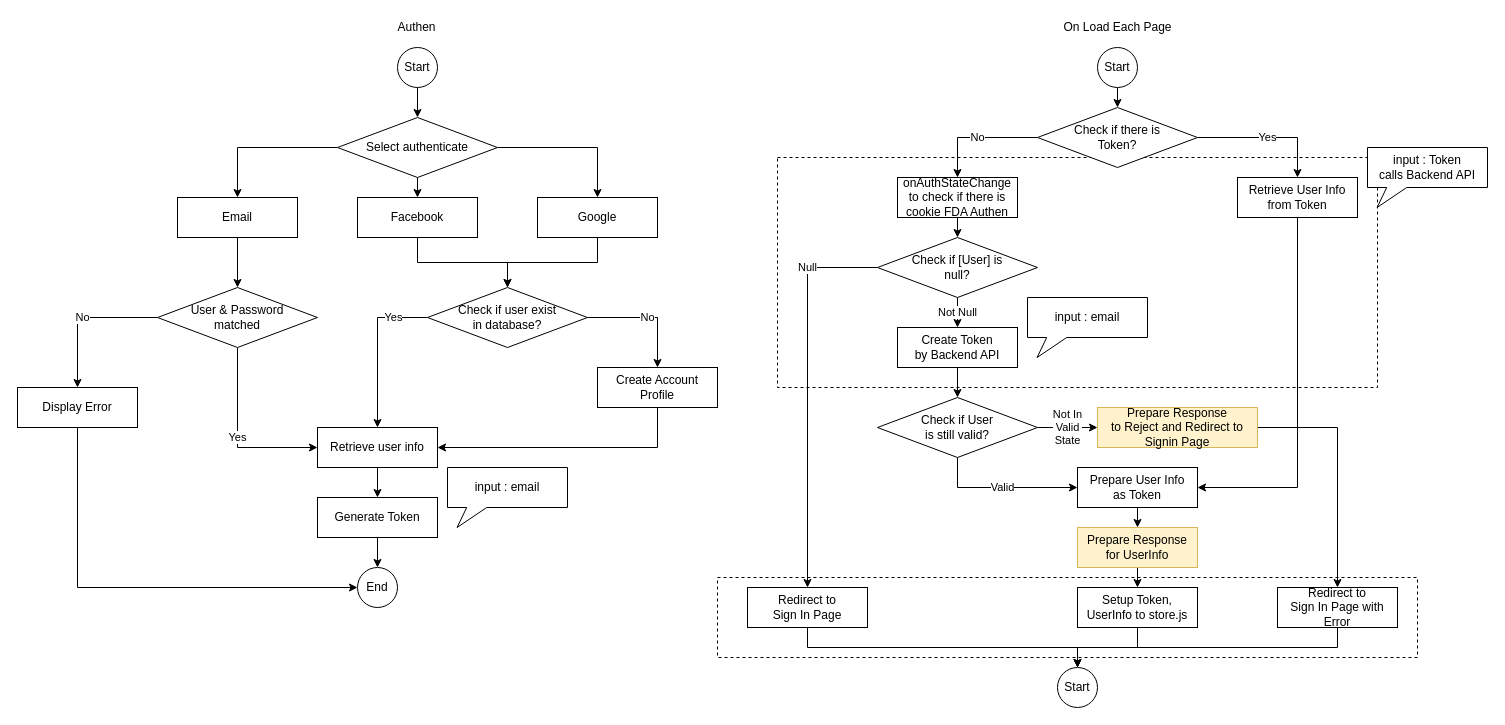
Above: page "Flow" (5 of 5) of Untitled Diagram.drawio in clazclaz/demo_git (draw.io), before the change. Source tidied: cells renumbered, new cells numbered last; positions are measured from the earlier drawing's top-left corner, leaving out a move shared by most shapes. Both pictures are drawn from the tidied source at 100%, with x=0, y=0 at pixel (17, 17).
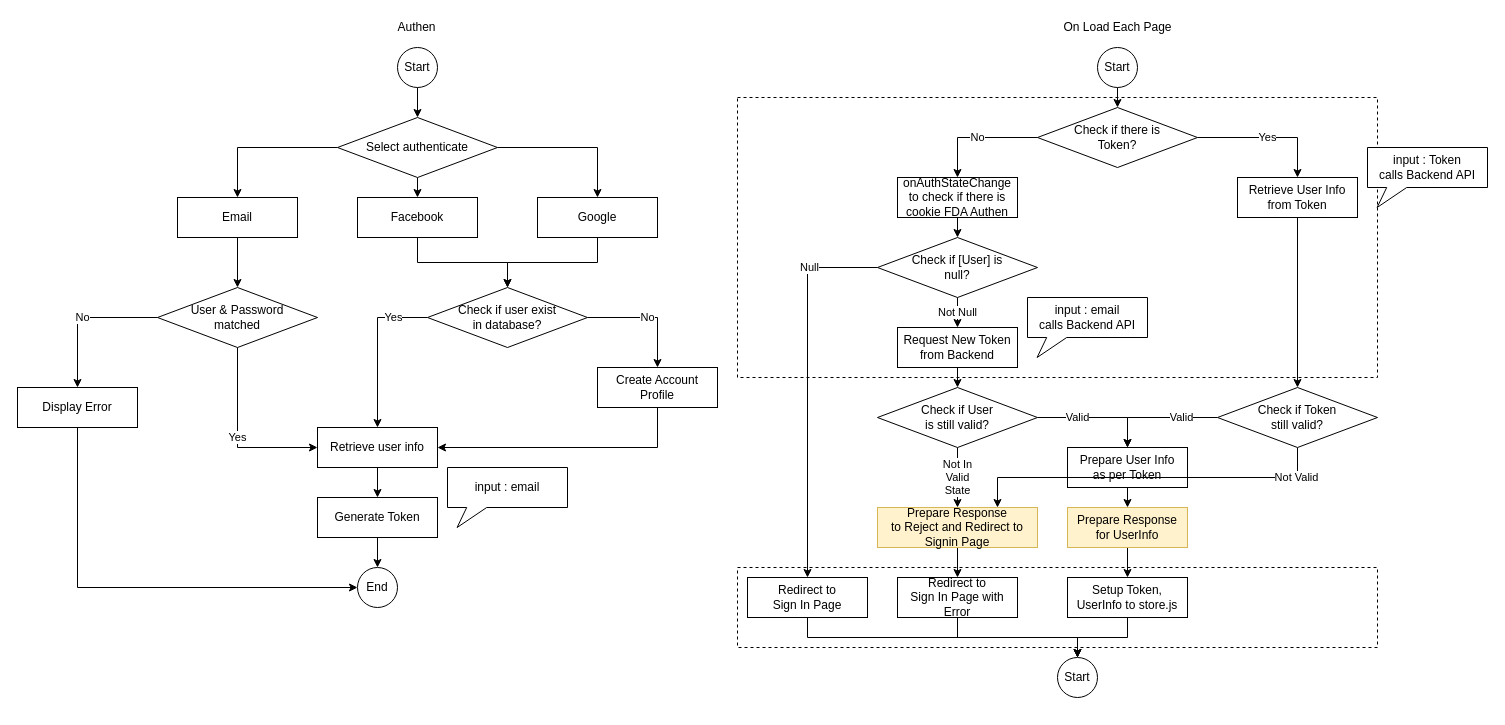
The same page after the edit.

Unchanged cells that the change refers to:
```xml
<mxCell id="47" value="Retrieve User Info&lt;br&gt;from Token" style="rounded=0;whiteSpace=wrap;html=1;" parent="1" vertex="1">
  <mxGeometry x="1220" y="160" width="120" height="40" as="geometry" />
</mxCell>
```

The edit, as a diff of the source:
```diff
@@
     <mxCell id="2" style="rounded=0;whiteSpace=wrap;html=1;dashed=1;" parent="1" vertex="1">
-      <mxGeometry x="760" y="140" width="600" height="230" as="geometry" />
+      <mxGeometry x="720" y="80" width="640" height="280" as="geometry" />
     </mxCell>
     <mxCell id="3" style="rounded=0;whiteSpace=wrap;html=1;dashed=1;" parent="1" vertex="1">
-      <mxGeometry x="700" y="560" width="700" height="80" as="geometry" />
+      <mxGeometry x="720" y="550" width="640" height="80" as="geometry" />
     </mxCell>
@@
-    <mxCell id="40" style="edgeStyle=orthogonalEdgeStyle;rounded=0;jettySize=auto;html=1;exitX=0.5;exitY=1;exitDx=0;exitDy=0;entryX=0.5;entryY=0;entryDx=0;entryDy=0;" parent="1" edge="1" source="41" target="58">
-      <mxGeometry relative="1" as="geometry" />
+    <mxCell id="40" style="edgeStyle=orthogonalEdgeStyle;rounded=0;jettySize=auto;html=1;exitX=0.5;exitY=1;exitDx=0;exitDy=0;entryX=0.5;entryY=0;entryDx=0;entryDy=0;" parent="1" edge="1" target="58">
+      <mxGeometry relative="1" as="geometry">
+        <mxPoint x="940" y="340" as="sourcePoint" />
+      </mxGeometry>
     </mxCell>
-    <mxCell id="41" value="Create Token&lt;br&gt;by Backend API" style="rounded=0;whiteSpace=wrap;html=1;" parent="1" vertex="1">
+    <mxCell id="41" value="Request New Token&lt;br&gt;from Backend" style="rounded=0;whiteSpace=wrap;html=1;" parent="1" vertex="1">
       <mxGeometry x="880" y="310" width="120" height="40" as="geometry" />
     </mxCell>
-    <mxCell id="42" value="input : email" style="shape=callout;whiteSpace=wrap;html=1;perimeter=calloutPerimeter;position2=0.08;size=20;position=0.16;" parent="1" vertex="1">
+    <mxCell id="42" value="input : email&lt;br&gt;calls Backend API" style="shape=callout;whiteSpace=wrap;html=1;perimeter=calloutPerimeter;position2=0.08;size=20;position=0.16;" parent="1" vertex="1">
       <mxGeometry x="1010" y="280" width="120" height="60" as="geometry" />
     </mxCell>
@@
-    <mxCell id="46" style="edgeStyle=orthogonalEdgeStyle;rounded=0;jettySize=auto;html=1;exitX=0.5;exitY=1;exitDx=0;exitDy=0;entryX=1;entryY=0.5;entryDx=0;entryDy=0;" parent="1" edge="1" source="47" target="55">
+    <mxCell id="46" style="edgeStyle=orthogonalEdgeStyle;rounded=0;jettySize=auto;html=1;exitX=0.5;exitY=1;exitDx=0;exitDy=0;" parent="1" edge="1" source="47" target="68">
       <mxGeometry relative="1" as="geometry" />
     </mxCell>
@@
     <mxCell id="49" value="Start" style="ellipse;whiteSpace=wrap;html=1;" parent="1" vertex="1">
-      <mxGeometry x="1040" y="650" width="40" height="40" as="geometry" />
+      <mxGeometry x="1040" y="640" width="40" height="40" as="geometry" />
     </mxCell>
@@
     <mxCell id="51" value="Prepare Response&lt;br&gt;for UserInfo" style="rounded=0;whiteSpace=wrap;html=1;fillColor=#fff2cc;strokeColor=#d6b656;" parent="1" vertex="1">
-      <mxGeometry x="1060" y="510" width="120" height="40" as="geometry" />
+      <mxGeometry x="1050" y="490" width="120" height="40" as="geometry" />
     </mxCell>
@@
     <mxCell id="53" value="Redirect to&lt;br&gt;Sign In Page" style="rounded=0;whiteSpace=wrap;html=1;" parent="1" vertex="1">
-      <mxGeometry x="730" y="570" width="120" height="40" as="geometry" />
+      <mxGeometry x="730" y="560" width="120" height="40" as="geometry" />
     </mxCell>
@@
-    <mxCell id="55" value="Prepare User Info&lt;br&gt;as Token" style="rounded=0;whiteSpace=wrap;html=1;" parent="1" vertex="1">
-      <mxGeometry x="1060" y="450" width="120" height="40" as="geometry" />
+    <mxCell id="55" value="Prepare User Info&lt;br&gt;as per Token" style="rounded=0;whiteSpace=wrap;html=1;" parent="1" vertex="1">
+      <mxGeometry x="1050" y="430" width="120" height="40" as="geometry" />
     </mxCell>
-    <mxCell id="56" value="Not In&lt;br&gt;Valid&lt;br&gt;State" style="edgeStyle=orthogonalEdgeStyle;rounded=0;jettySize=auto;html=1;exitX=1;exitY=0.5;exitDx=0;exitDy=0;" parent="1" edge="1" source="58" target="60">
+    <mxCell id="56" value="Not In&lt;br&gt;Valid&lt;br&gt;State" style="edgeStyle=orthogonalEdgeStyle;rounded=0;jettySize=auto;html=1;exitX=0.5;exitY=1;exitDx=0;exitDy=0;" parent="1" edge="1" source="58" target="60">
       <mxGeometry relative="1" as="geometry" />
     </mxCell>
-    <mxCell id="57" value="Valid" style="edgeStyle=orthogonalEdgeStyle;rounded=0;jettySize=auto;html=1;exitX=0.5;exitY=1;exitDx=0;exitDy=0;entryX=0;entryY=0.5;entryDx=0;entryDy=0;" parent="1" edge="1" source="58" target="55">
-      <mxGeometry relative="1" as="geometry" />
+    <mxCell id="57" value="Valid" style="edgeStyle=orthogonalEdgeStyle;rounded=0;jettySize=auto;html=1;exitX=1;exitY=0.5;exitDx=0;exitDy=0;entryX=0.5;entryY=0;entryDx=0;entryDy=0;" parent="1" edge="1" source="58" target="55">
+      <mxGeometry x="-0.33" relative="1" as="geometry">
+        <Array as="points">
+          <mxPoint x="1110" y="400" />
+        </Array>
+      </mxGeometry>
     </mxCell>
     <mxCell id="58" value="Check if User&lt;br&gt;is&amp;nbsp;still valid?" style="rhombus;whiteSpace=wrap;html=1;" parent="1" vertex="1">
-      <mxGeometry x="860" y="380" width="160" height="60" as="geometry" />
+      <mxGeometry x="860" y="370" width="160" height="60" as="geometry" />
     </mxCell>
-    <mxCell id="59" style="edgeStyle=orthogonalEdgeStyle;rounded=0;jettySize=auto;html=1;exitX=1;exitY=0.5;exitDx=0;exitDy=0;entryX=0.5;entryY=0;entryDx=0;entryDy=0;" parent="1" edge="1" source="60" target="65">
+    <mxCell id="59" style="edgeStyle=orthogonalEdgeStyle;rounded=0;jettySize=auto;html=1;exitX=0.5;exitY=1;exitDx=0;exitDy=0;entryX=0.5;entryY=0;entryDx=0;entryDy=0;" parent="1" edge="1" source="60" target="65">
       <mxGeometry relative="1" as="geometry" />
     </mxCell>
     <mxCell id="60" value="Prepare Response&lt;br&gt;to Reject and Redirect to Signin Page" style="rounded=0;whiteSpace=wrap;html=1;fillColor=#fff2cc;strokeColor=#d6b656;" parent="1" vertex="1">
-      <mxGeometry x="1080" y="390" width="160" height="40" as="geometry" />
+      <mxGeometry x="860" y="490" width="160" height="40" as="geometry" />
     </mxCell>
@@
     <mxCell id="62" style="edgeStyle=orthogonalEdgeStyle;rounded=0;jettySize=auto;html=1;exitX=0.5;exitY=1;exitDx=0;exitDy=0;entryX=0.5;entryY=0;entryDx=0;entryDy=0;" parent="1" edge="1" source="63" target="49">
-      <mxGeometry relative="1" as="geometry" />
+      <mxGeometry relative="1" as="geometry">
+        <Array as="points">
+          <mxPoint x="1110" y="620" />
+          <mxPoint x="1060" y="620" />
+        </Array>
+      </mxGeometry>
     </mxCell>
     <mxCell id="63" value="Setup Token, UserInfo to store.js" style="rounded=0;whiteSpace=wrap;html=1;" parent="1" vertex="1">
-      <mxGeometry x="1060" y="570" width="120" height="40" as="geometry" />
+      <mxGeometry x="1050" y="560" width="120" height="40" as="geometry" />
     </mxCell>
@@
     <mxCell id="65" value="Redirect to&lt;br&gt;Sign In Page with Error" style="rounded=0;whiteSpace=wrap;html=1;" parent="1" vertex="1">
-      <mxGeometry x="1260" y="570" width="120" height="40" as="geometry" />
+      <mxGeometry x="880" y="560" width="120" height="40" as="geometry" />
     </mxCell>
+    <mxCell id="66" value="Valid" style="edgeStyle=orthogonalEdgeStyle;rounded=0;jettySize=auto;html=1;exitX=0;exitY=0.5;exitDx=0;exitDy=0;entryX=0.5;entryY=0;entryDx=0;entryDy=0;" parent="1" edge="1" source="68" target="55">
+      <mxGeometry x="-0.4" relative="1" as="geometry" />
+    </mxCell>
+    <mxCell id="67" value="Not Valid" style="edgeStyle=orthogonalEdgeStyle;rounded=0;jettySize=auto;html=1;exitX=0.5;exitY=1;exitDx=0;exitDy=0;entryX=0.75;entryY=0;entryDx=0;entryDy=0;" parent="1" edge="1" source="68" target="60">
+      <mxGeometry x="-0.83" relative="1" as="geometry" />
+    </mxCell>
+    <mxCell id="68" value="Check if Token&lt;br&gt;still valid?" style="rhombus;whiteSpace=wrap;html=1;" parent="1" vertex="1">
+      <mxGeometry x="1200" y="370" width="160" height="60" as="geometry" />
+    </mxCell>
```
